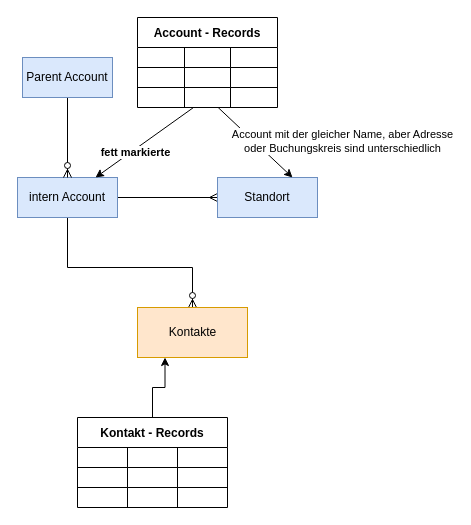
tuannguyenvn/DrawIO keeps this draw.io diagram as internAcc_import.drawio. Above is the earlier version. Source tidied: cells renumbered, new cells numbered last; positions are measured from the earlier drawing's top-left corner, leaving out a move shared by most shapes. Both pictures are drawn from the tidied source at 100%, with x=0, y=0 at pixel (17, 17).
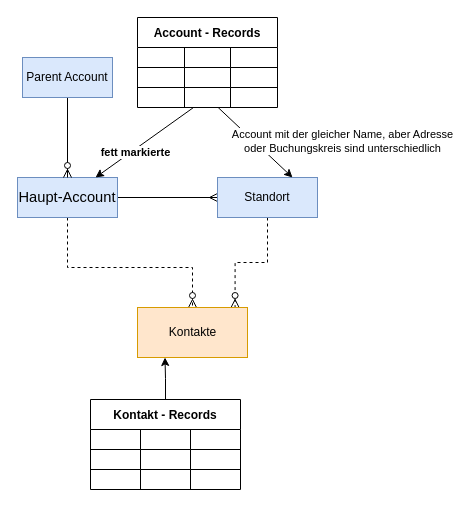
The same diagram, later.

Unchanged cells that the change refers to:
```xml
<mxCell id="20" value="Standort" style="whiteSpace=wrap;html=1;align=center;fillColor=#dae8fc;strokeColor=#6c8ebf;" parent="1" vertex="1">
  <mxGeometry x="200" y="160" width="100" height="40" as="geometry" />
</mxCell>
<mxCell id="39" value="Kontakte" style="html=1;fillColor=#ffe6cc;strokeColor=#d79b00;" parent="1" vertex="1">
  <mxGeometry x="120" y="290" width="110" height="50" as="geometry" />
</mxCell>
```

The edit, as a diff of the source:
```diff
@@
-    <mxCell id="15" style="edgeStyle=orthogonalEdgeStyle;rounded=0;jettySize=auto;html=1;entryX=0.5;entryY=0;entryDx=0;entryDy=0;endArrow=ERzeroToMany;endFill=1;" parent="1" edge="1" source="17" target="39">
+    <mxCell id="15" style="edgeStyle=orthogonalEdgeStyle;rounded=0;jettySize=auto;html=1;entryX=0.5;entryY=0;entryDx=0;entryDy=0;endArrow=ERzeroToMany;endFill=1;dashed=1;" parent="1" edge="1" source="17" target="39">
       <mxGeometry relative="1" as="geometry">
         <Array as="points">
           <mxPoint x="50" y="250" />
           <mxPoint x="175" y="250" />
         </Array>
       </mxGeometry>
     </mxCell>
@@
-    <mxCell id="17" value="intern Account" style="whiteSpace=wrap;html=1;align=center;fillColor=#dae8fc;strokeColor=#6c8ebf;" parent="1" vertex="1">
+    <mxCell id="17" value="&lt;font face=&quot;calibri, sans-serif&quot;&gt;&lt;span style=&quot;font-size: 14.6667px&quot;&gt;Haupt-Account&lt;/span&gt;&lt;/font&gt;" style="whiteSpace=wrap;html=1;align=center;fillColor=#dae8fc;strokeColor=#6c8ebf;" parent="1" vertex="1">
       <mxGeometry y="160" width="100" height="40" as="geometry" />
     </mxCell>
@@
+    <mxCell id="40" style="edgeStyle=orthogonalEdgeStyle;rounded=0;jettySize=auto;html=1;entryX=0.887;entryY=0;entryDx=0;entryDy=0;entryPerimeter=0;dashed=1;endArrow=ERzeroToMany;endFill=1;" parent="1" edge="1" source="20" target="39">
+      <mxGeometry relative="1" as="geometry" />
+    </mxCell>
@@
     <mxCell id="26" value="Kontakt - Records" style="shape=table;startSize=30;childLayout=tableLayout;fontStyle=1;align=center;" parent="1" vertex="1">
-      <mxGeometry x="60" y="400" width="150" height="90" as="geometry" />
+      <mxGeometry x="73" y="382" width="150" height="90" as="geometry" />
     </mxCell>
```
